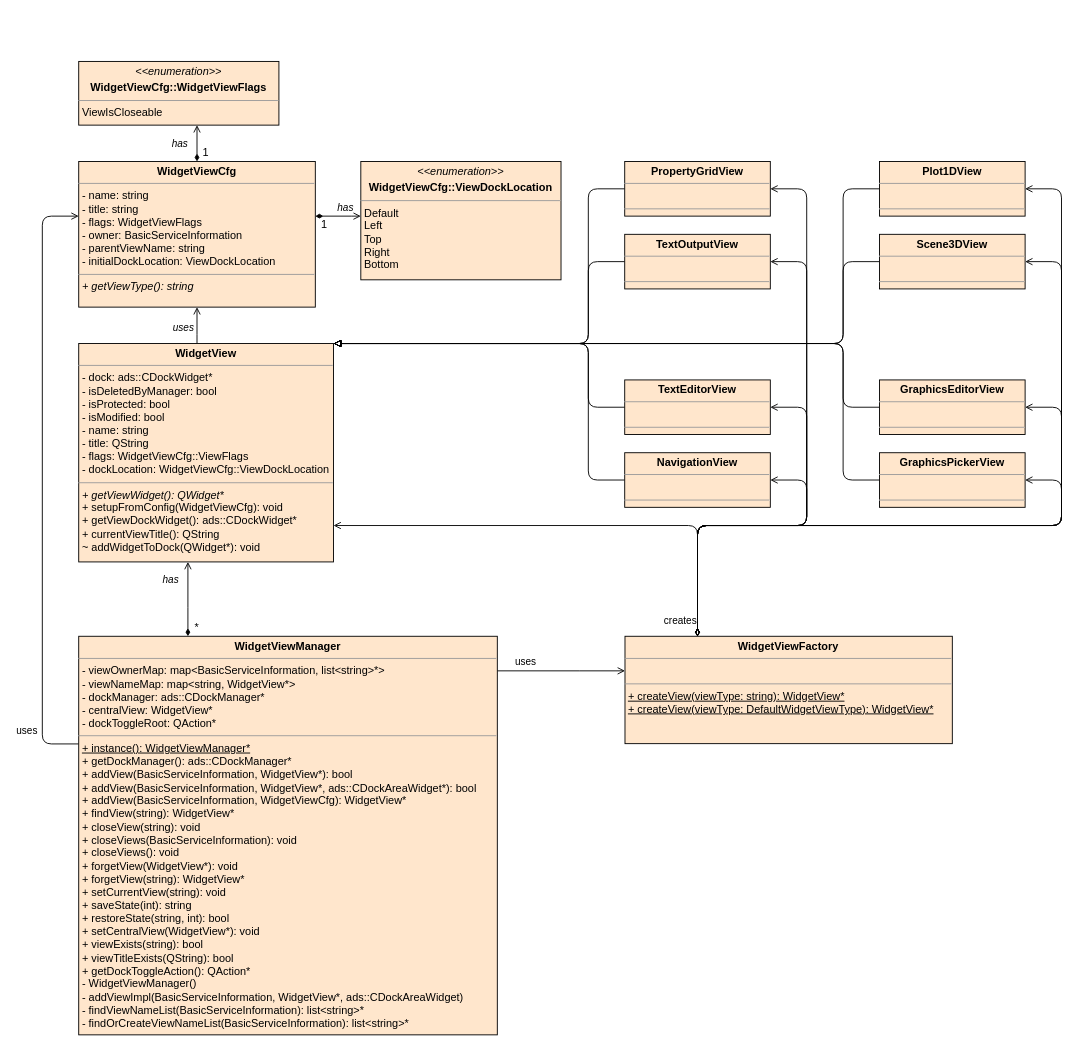
OT-OpenTwin/OpenTwin keeps this draw.io diagram as Documentation/Developer/ui_api/images/view_handling_class.drawio. Above is the earlier version. Source tidied: cells renumbered, new cells numbered last; positions are measured from the earlier drawing's top-left corner, leaving out a move shared by most shapes. Both pictures are drawn from the tidied source at 91%, with x=0, y=0 at pixel (42, 61).
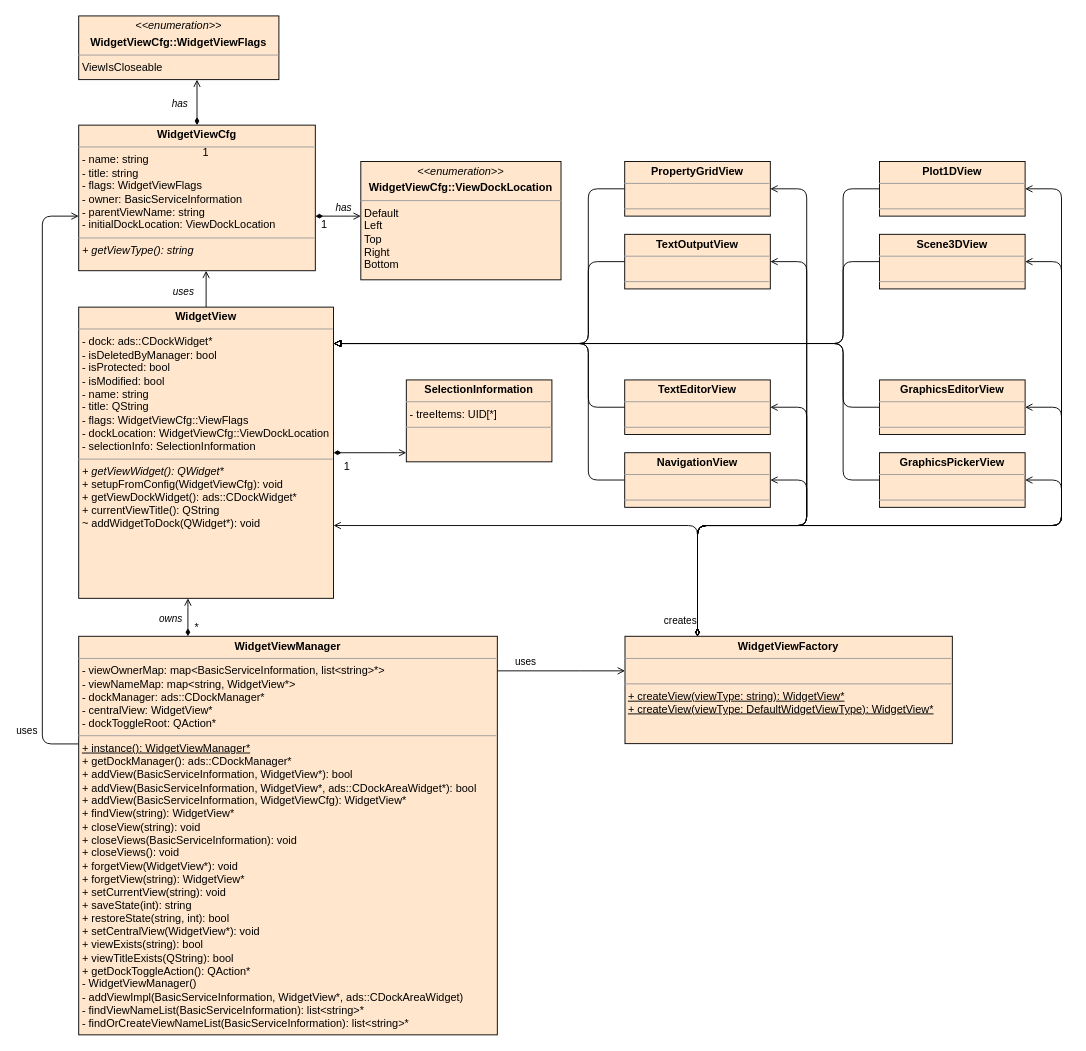
The same page after the edit.

Commit message (it also covers changes not shown here):
Added drawio libraries and documented how to import them

The change refers to these unchanged cells:
```xml
<mxCell id="8" style="edgeStyle=orthogonalEdgeStyle;rounded=0;jettySize=auto;html=1;endArrow=open;endFill=0;startArrow=diamondThin;startFill=1;" parent="1" edge="1" source="10" target="3">
  <mxGeometry relative="1" as="geometry">
    <Array as="points">
      <mxPoint x="160" y="600" />
      <mxPoint x="160" y="600" />
    </Array>
  </mxGeometry>
</mxCell>
<mxCell id="13" style="edgeStyle=orthogonalEdgeStyle;rounded=0;jettySize=auto;html=1;endArrow=open;endFill=0;startArrow=diamondThin;startFill=1;" parent="1" edge="1" source="15" target="46">
  <mxGeometry relative="1" as="geometry">
    <Array as="points">
      <mxPoint x="340" y="170" />
      <mxPoint x="340" y="170" />
    </Array>
  </mxGeometry>
</mxCell>
```

The edit, as a diff of the source:
```diff
@@
+    <mxCell id="49" style="edgeStyle=orthogonalEdgeStyle;rounded=0;jettySize=auto;html=1;endArrow=open;endFill=0;startArrow=diamondThin;startFill=1;" parent="1" edge="1" source="3" target="50">
+      <mxGeometry relative="1" as="geometry">
+        <Array as="points">
+          <mxPoint x="380" y="430" />
+          <mxPoint x="380" y="430" />
+        </Array>
+      </mxGeometry>
+    </mxCell>
-    <mxCell id="3" value="&lt;p style=&quot;margin:0px;margin-top:4px;text-align:center;&quot;&gt;&lt;b&gt;WidgetView&lt;/b&gt;&lt;/p&gt;&lt;hr size=&quot;1&quot;&gt;&lt;p style=&quot;margin:0px;margin-left:4px;&quot;&gt;- dock: ads::CDockWidget*&lt;/p&gt;&lt;p style=&quot;margin:0px;margin-left:4px;&quot;&gt;- isDeletedByManager: bool&lt;/p&gt;&lt;p style=&quot;margin:0px;margin-left:4px;&quot;&gt;- isProtected: bool&lt;/p&gt;&lt;p style=&quot;margin:0px;margin-left:4px;&quot;&gt;- isModified: bool&lt;/p&gt;&lt;p style=&quot;margin:0px;margin-left:4px;&quot;&gt;- name: string&lt;/p&gt;&lt;p style=&quot;margin:0px;margin-left:4px;&quot;&gt;- title: QString&lt;/p&gt;&lt;p style=&quot;margin:0px;margin-left:4px;&quot;&gt;- flags: WidgetViewCfg::ViewFlags&lt;/p&gt;&lt;p style=&quot;margin:0px;margin-left:4px;&quot;&gt;- dockLocation: WidgetViewCfg::ViewDockLocation&lt;/p&gt;&lt;hr size=&quot;1&quot;&gt;&lt;p style=&quot;margin:0px;margin-left:4px;&quot;&gt;&lt;i&gt;+ getViewWidget(): QWidget*&lt;/i&gt;&lt;br&gt;&lt;/p&gt;&lt;p style=&quot;margin:0px;margin-left:4px;&quot;&gt;+ setupFromConfig(WidgetViewCfg): void&lt;/p&gt;&lt;p style=&quot;margin:0px;margin-left:4px;&quot;&gt;+ getViewDockWidget(): ads::CDockWidget*&lt;/p&gt;&lt;p style=&quot;margin:0px;margin-left:4px;&quot;&gt;+ currentViewTitle(): QString&lt;/p&gt;&lt;p style=&quot;margin:0px;margin-left:4px;&quot;&gt;~ addWidgetToDock(QWidget*): void&lt;/p&gt;" style="verticalAlign=top;align=left;overflow=fill;fontSize=12;fontFamily=Helvetica;html=1;fillColor=#ffe6cc;strokeColor=#000000;" parent="1" vertex="1">
-      <mxGeometry x="40" y="310" width="280" height="240" as="geometry" />
+    <mxCell id="3" value="&lt;p style=&quot;margin:0px;margin-top:4px;text-align:center;&quot;&gt;&lt;b&gt;WidgetView&lt;/b&gt;&lt;/p&gt;&lt;hr size=&quot;1&quot;&gt;&lt;p style=&quot;margin:0px;margin-left:4px;&quot;&gt;- dock: ads::CDockWidget*&lt;/p&gt;&lt;p style=&quot;margin:0px;margin-left:4px;&quot;&gt;- isDeletedByManager: bool&lt;/p&gt;&lt;p style=&quot;margin:0px;margin-left:4px;&quot;&gt;- isProtected: bool&lt;/p&gt;&lt;p style=&quot;margin:0px;margin-left:4px;&quot;&gt;- isModified: bool&lt;/p&gt;&lt;p style=&quot;margin:0px;margin-left:4px;&quot;&gt;- name: string&lt;/p&gt;&lt;p style=&quot;margin:0px;margin-left:4px;&quot;&gt;- title: QString&lt;/p&gt;&lt;p style=&quot;margin:0px;margin-left:4px;&quot;&gt;- flags: WidgetViewCfg::ViewFlags&lt;/p&gt;&lt;p style=&quot;margin:0px;margin-left:4px;&quot;&gt;- dockLocation: WidgetViewCfg::ViewDockLocation&lt;/p&gt;&lt;p style=&quot;margin:0px;margin-left:4px;&quot;&gt;- selectionInfo: SelectionInformation&lt;/p&gt;&lt;hr size=&quot;1&quot;&gt;&lt;p style=&quot;margin:0px;margin-left:4px;&quot;&gt;&lt;i&gt;+ getViewWidget(): QWidget*&lt;/i&gt;&lt;br&gt;&lt;/p&gt;&lt;p style=&quot;margin:0px;margin-left:4px;&quot;&gt;+ setupFromConfig(WidgetViewCfg): void&lt;/p&gt;&lt;p style=&quot;margin:0px;margin-left:4px;&quot;&gt;+ getViewDockWidget(): ads::CDockWidget*&lt;/p&gt;&lt;p style=&quot;margin:0px;margin-left:4px;&quot;&gt;+ currentViewTitle(): QString&lt;/p&gt;&lt;p style=&quot;margin:0px;margin-left:4px;&quot;&gt;~ addWidgetToDock(QWidget*): void&lt;/p&gt;" style="verticalAlign=top;align=left;overflow=fill;fontSize=12;fontFamily=Helvetica;html=1;fillColor=#ffe6cc;strokeColor=#000000;" parent="1" vertex="1">
+      <mxGeometry x="40" y="270" width="280" height="320" as="geometry" />
     </mxCell>
@@
-    <mxCell id="9" value="&lt;i&gt;has&lt;/i&gt;" style="edgeLabel;html=1;align=center;verticalAlign=middle;" parent="8" vertex="1">
+    <mxCell id="9" value="&lt;i&gt;owns&lt;/i&gt;" style="edgeLabel;html=1;align=center;verticalAlign=middle;" parent="8" vertex="1">
       <mxGeometry x="-0.1" y="2" relative="1" as="geometry">
-        <mxPoint x="-18" y="-25" as="offset" />
+        <mxPoint x="-18" y="-1" as="offset" />
       </mxGeometry>
     </mxCell>
@@
     <mxCell id="14" value="has" style="edgeLabel;html=1;align=center;verticalAlign=middle;fontStyle=2;" parent="13" vertex="1">
       <mxGeometry x="0.26" y="2" relative="1" as="geometry">
-        <mxPoint y="-8" as="offset" />
+        <mxPoint x="-2" y="-8" as="offset" />
       </mxGeometry>
     </mxCell>
     <mxCell id="15" value="&lt;p style=&quot;margin:0px;margin-top:4px;text-align:center;&quot;&gt;&lt;b&gt;WidgetViewCfg&lt;/b&gt;&lt;/p&gt;&lt;hr size=&quot;1&quot;&gt;&lt;p style=&quot;margin:0px;margin-left:4px;&quot;&gt;- name: string&lt;/p&gt;&lt;p style=&quot;margin:0px;margin-left:4px;&quot;&gt;- title: string&lt;/p&gt;&lt;p style=&quot;margin:0px;margin-left:4px;&quot;&gt;- flags: WidgetViewFlags&lt;/p&gt;&lt;p style=&quot;margin:0px;margin-left:4px;&quot;&gt;- owner: BasicServiceInformation&lt;/p&gt;&lt;p style=&quot;margin:0px;margin-left:4px;&quot;&gt;- parentViewName: string&lt;/p&gt;&lt;p style=&quot;margin:0px;margin-left:4px;&quot;&gt;- initialDockLocation: ViewDockLocation&lt;/p&gt;&lt;hr size=&quot;1&quot;&gt;&lt;p style=&quot;margin:0px;margin-left:4px;&quot;&gt;&lt;i&gt;+ getViewType(): string&lt;/i&gt;&lt;/p&gt;" style="verticalAlign=top;align=left;overflow=fill;fontSize=12;fontFamily=Helvetica;html=1;fillColor=#ffe6cc;strokeColor=#000000;" parent="1" vertex="1">
-      <mxGeometry x="40" y="110" width="260" height="160" as="geometry" />
+      <mxGeometry x="40" y="70" width="260" height="160" as="geometry" />
     </mxCell>
@@
     <mxCell id="26" value="&lt;p style=&quot;margin:0px;margin-top:4px;text-align:center;&quot;&gt;&lt;span style=&quot;background-color: initial;&quot;&gt;&lt;i&gt;&amp;lt;&amp;lt;enumeration&amp;gt;&amp;gt;&lt;/i&gt;&lt;/span&gt;&lt;/p&gt;&lt;p style=&quot;margin:0px;margin-top:4px;text-align:center;&quot;&gt;&lt;b&gt;WidgetViewCfg::WidgetViewFlags&lt;/b&gt;&lt;/p&gt;&lt;hr size=&quot;1&quot;&gt;&lt;p style=&quot;margin:0px;margin-left:4px;&quot;&gt;ViewIsCloseable&lt;/p&gt;&lt;p style=&quot;margin:0px;margin-left:4px;&quot;&gt;&lt;br&gt;&lt;/p&gt;&lt;p style=&quot;margin:0px;margin-left:4px;&quot;&gt;&lt;br&gt;&lt;/p&gt;" style="verticalAlign=top;align=left;overflow=fill;fontSize=12;fontFamily=Helvetica;html=1;fillColor=#ffe6cc;strokeColor=#000000;" parent="1" vertex="1">
-      <mxGeometry x="40" width="220" height="70" as="geometry" />
+      <mxGeometry x="40" y="-50" width="220" height="70" as="geometry" />
     </mxCell>
@@
     <mxCell id="28" value="uses" style="edgeLabel;html=1;align=center;verticalAlign=middle;fontStyle=2;" parent="1" vertex="1">
-      <mxGeometry x="160" y="290" as="geometry">
+      <mxGeometry x="160" y="250" as="geometry">
         <mxPoint x="-6" y="2" as="offset" />
       </mxGeometry>
     </mxCell>
@@
+    <mxCell id="50" value="&lt;p style=&quot;margin:0px;margin-top:4px;text-align:center;&quot;&gt;&lt;b style=&quot;background-color: transparent; color: light-dark(rgb(0, 0, 0), rgb(255, 255, 255));&quot;&gt;SelectionInformation&lt;/b&gt;&lt;/p&gt;&lt;hr size=&quot;1&quot;&gt;&lt;p style=&quot;margin:0px;margin-left:4px;&quot;&gt;- treeItems: UID[*]&lt;/p&gt;&lt;hr size=&quot;1&quot;&gt;&lt;p style=&quot;margin:0px;margin-left:4px;&quot;&gt;&lt;br&gt;&lt;/p&gt;" style="verticalAlign=top;align=left;overflow=fill;fontSize=12;fontFamily=Helvetica;html=1;fillColor=#ffe6cc;strokeColor=#000000;" parent="1" vertex="1">
+      <mxGeometry x="400" y="350" width="160" height="90" as="geometry" />
+    </mxCell>
+    <mxCell id="51" value="1" style="text;html=1;align=center;verticalAlign=middle;whiteSpace=wrap;rounded=0;" parent="1" vertex="1">
+      <mxGeometry x="320" y="430" width="30" height="30" as="geometry" />
+    </mxCell>
```
